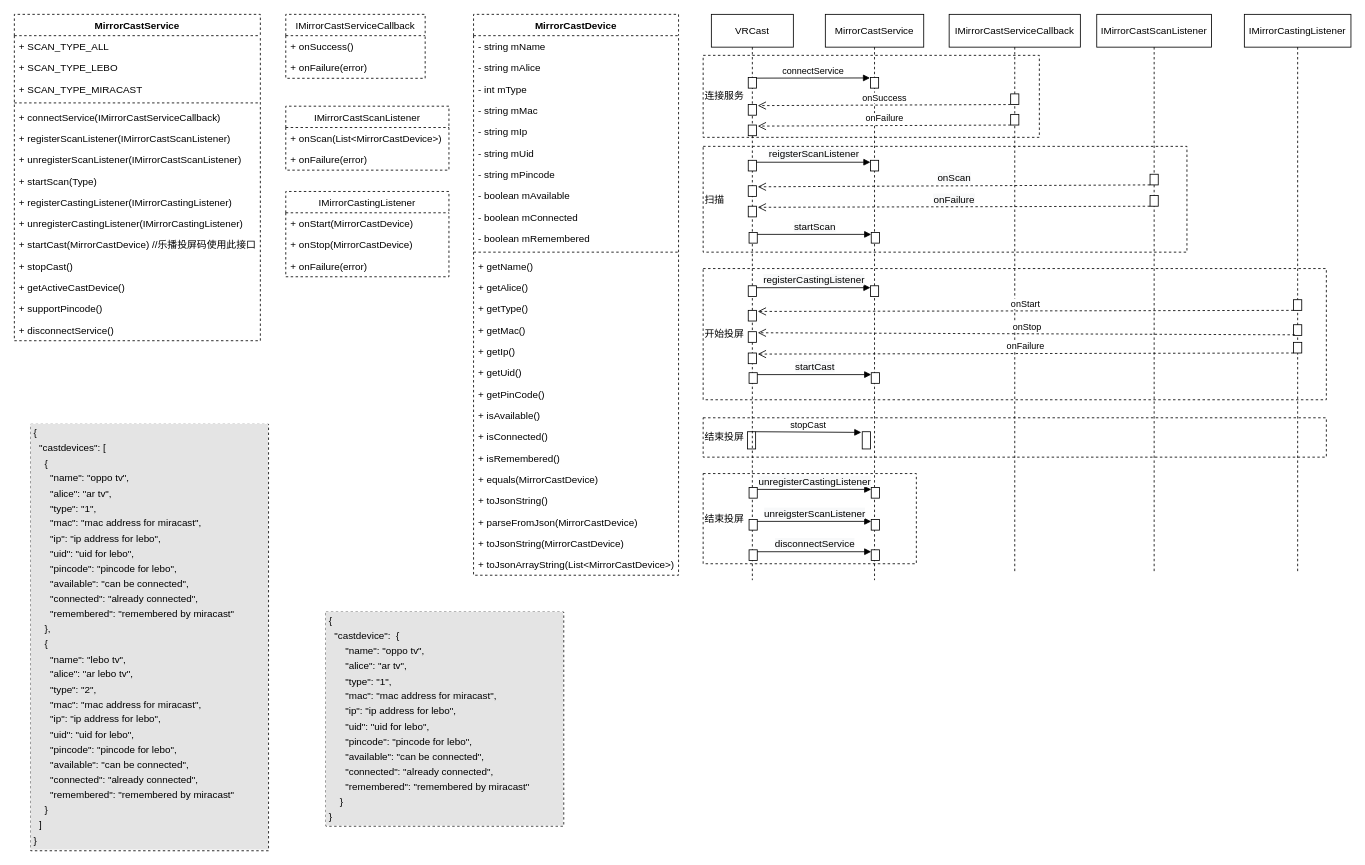
Before: page "VR" (3 of 4) of cast.drawio in Sejutor/visio, a draw.io diagram. Source tidied: cells renumbered, new cells numbered last; positions are measured from the earlier drawing's top-left corner, leaving out a move shared by most shapes. Both pictures are drawn from the tidied source at 82%, with x=0, y=0 at pixel (14, 14).
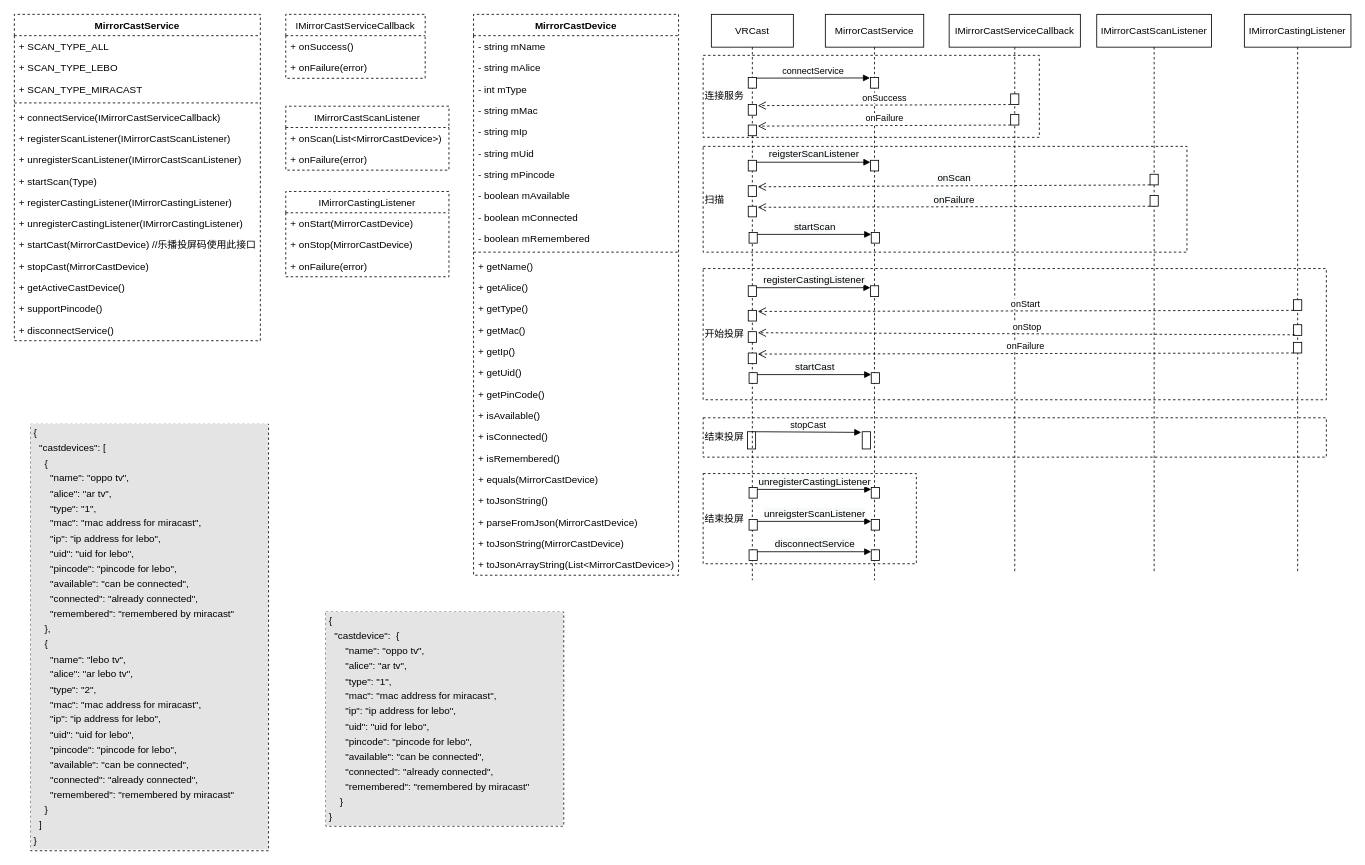
The same diagram, later.

The change refers to these unchanged cells:
```xml
<mxCell id="4" value="MirrorCastService" style="swimlane;fontStyle=1;align=center;verticalAlign=top;horizontal=1;startSize=26;dashed=1;" parent="1" vertex="1">
  <mxGeometry width="300" height="398" as="geometry" />
</mxCell>
```

Change to the diagram source:
```diff
@@
-    <mxCell id="16" value="+ stopCast()" style="text;strokeColor=none;fillColor=none;align=left;verticalAlign=top;spacingLeft=4;spacingRight=4;overflow=hidden;dashed=1;" parent="4" vertex="1">
+    <mxCell id="16" value="+ stopCast(MirrorCastDevice)" style="text;strokeColor=none;fillColor=none;align=left;verticalAlign=top;spacingLeft=4;spacingRight=4;overflow=hidden;dashed=1;" parent="4" vertex="1">
       <mxGeometry y="294" width="300" height="26" as="geometry" />
     </mxCell>
```
